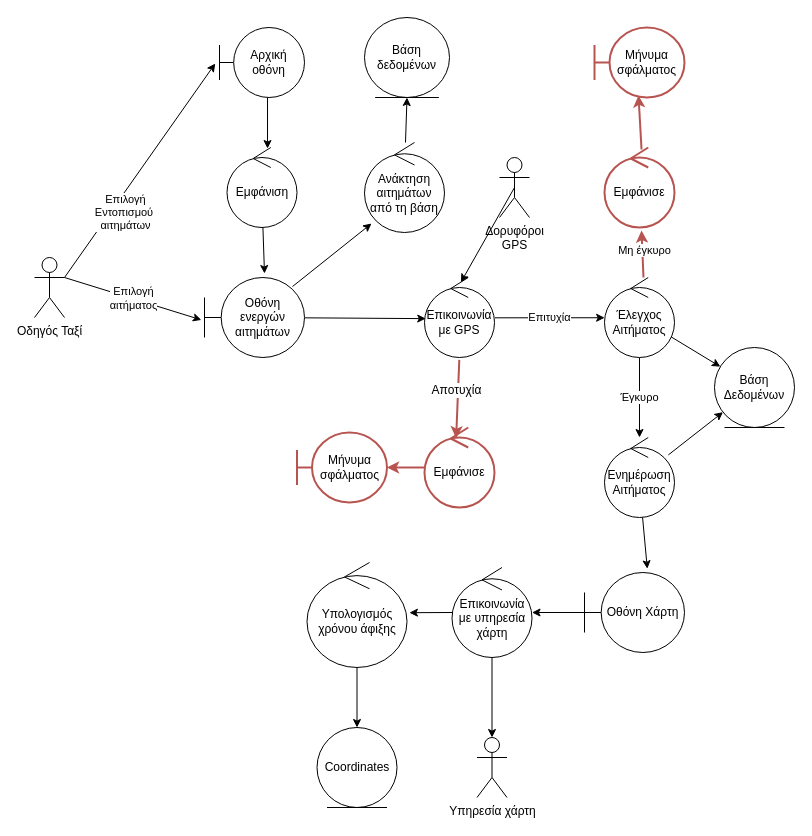
This is Part_2/Robustness/diagrams/08_Αποδοχή_Αιτήματος_Ταξί.drawio from Nikolis2002/texnoligia_logismikou, a draw.io file, before an edit. Source tidied: cells renumbered, new cells numbered last; positions are measured from the earlier drawing's top-left corner, leaving out a move shared by most shapes. Both pictures are drawn from the tidied source at 100%, with x=0, y=0 at pixel (34, 17).
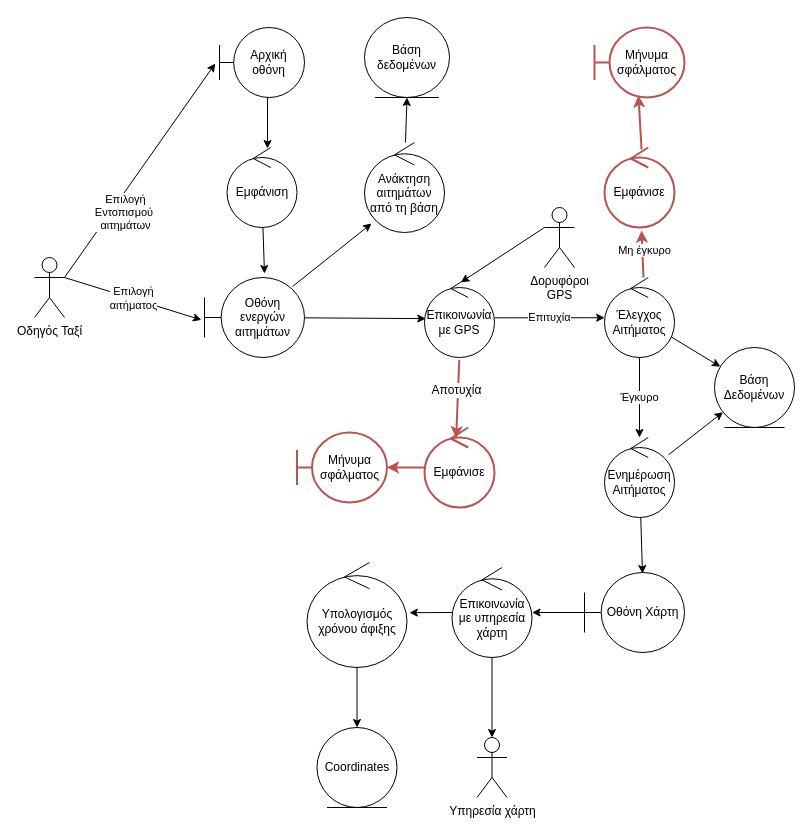
After the change.

The change refers to these unchanged cells:
```xml
<mxCell id="16" value="Ενημέρωση Αιτήματος" style="ellipse;shape=umlControl;whiteSpace=wrap;html=1;" parent="1" vertex="1">
  <mxGeometry x="570" y="420" width="70" height="80" as="geometry" />
</mxCell>
<mxCell id="23" value="Επικοινωνία με GPS" style="ellipse;shape=umlControl;whiteSpace=wrap;html=1;" parent="1" vertex="1">
  <mxGeometry x="390" y="260" width="70" height="80" as="geometry" />
</mxCell>
<mxCell id="44" value="Οθόνη Χάρτη" style="shape=umlBoundary;whiteSpace=wrap;html=1;" parent="1" vertex="1">
  <mxGeometry x="550" y="555" width="100" height="80" as="geometry" />
</mxCell>
```

Change to the diagram source:
```diff
@@
-    <mxCell id="15" style="edgeStyle=none;html=1;endArrow=classic;endFill=1;entryX=0.628;entryY=-0.047;entryDx=0;entryDy=0;entryPerimeter=0;" parent="1" edge="1" source="16" target="44">
+    <mxCell id="15" style="edgeStyle=none;html=1;endArrow=classic;endFill=1;entryX=0.58;entryY=0.013;entryDx=0;entryDy=0;entryPerimeter=0;" parent="1" edge="1" source="16" target="44">
       <mxGeometry relative="1" as="geometry" />
     </mxCell>
@@
-    <mxCell id="18" style="edgeStyle=none;html=1;entryX=0.52;entryY=0.06;entryDx=0;entryDy=0;entryPerimeter=0;exitX=0.5;exitY=0.5;exitDx=0;exitDy=0;exitPerimeter=0;" parent="1" edge="1" source="19" target="23">
+    <mxCell id="18" style="edgeStyle=none;html=1;entryX=0.52;entryY=0.06;entryDx=0;entryDy=0;entryPerimeter=0;exitX=0;exitY=0.3333333333333333;exitDx=0;exitDy=0;exitPerimeter=0;" parent="1" edge="1" source="19" target="23">
       <mxGeometry relative="1" as="geometry" />
     </mxCell>
     <mxCell id="19" value="Δορυφόροι&lt;br&gt;GPS" style="shape=umlActor;verticalLabelPosition=bottom;verticalAlign=top;html=1;" parent="1" vertex="1">
-      <mxGeometry x="465" y="140" width="30" height="60" as="geometry" />
+      <mxGeometry x="510" y="190" width="30" height="60" as="geometry" />
     </mxCell>
```
